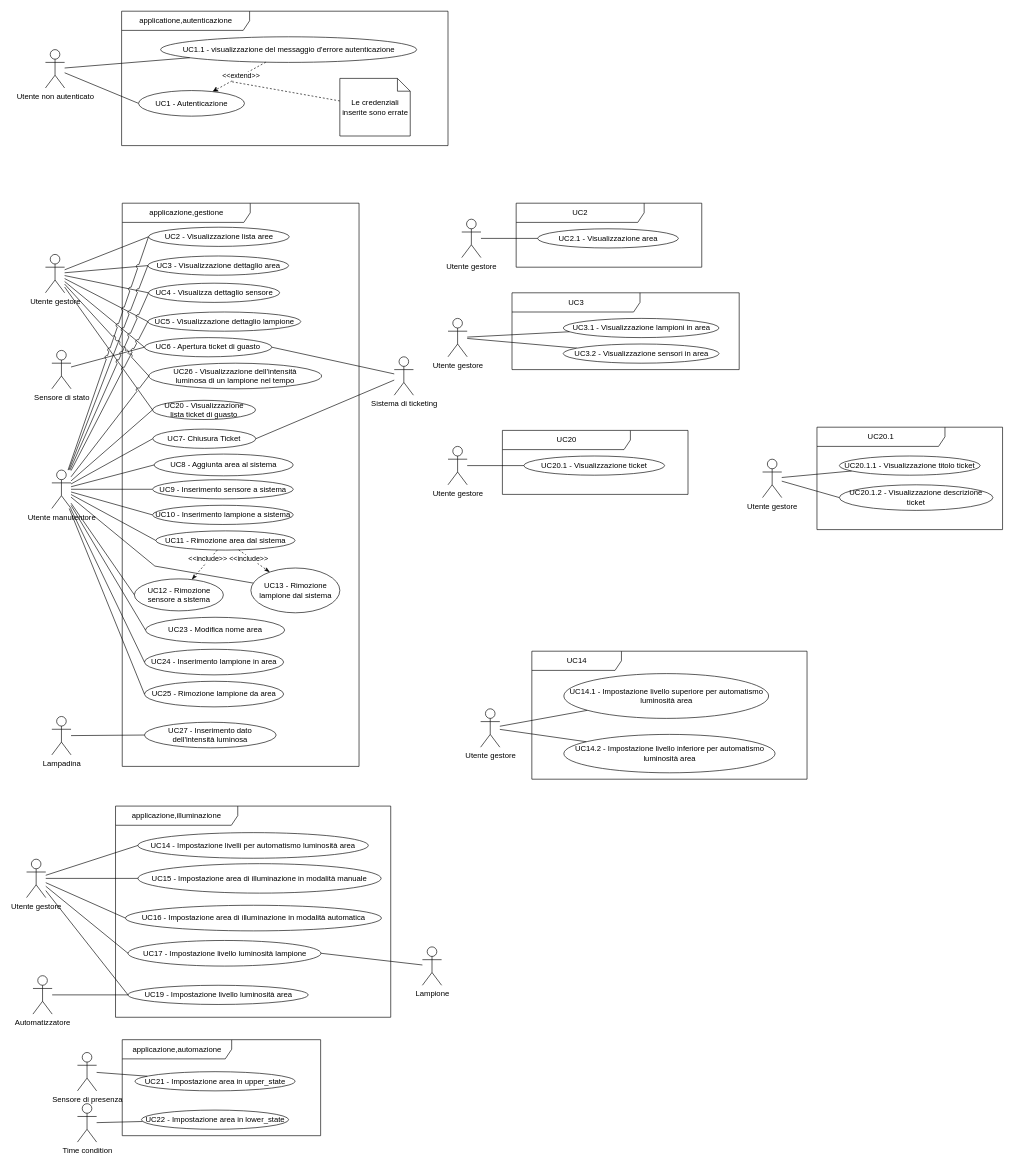
Before: page "OK" (1 of 8) of casi_uso_grafici.drawio in SWEasabi/analisi-dei-requisiti, a draw.io diagram. Source tidied: cells renumbered, new cells numbered last; positions are measured from the earlier drawing's top-left corner, leaving out a move shared by most shapes. Both pictures are drawn from the tidied source at 64%, with x=0, y=0 at pixel (26, 11).
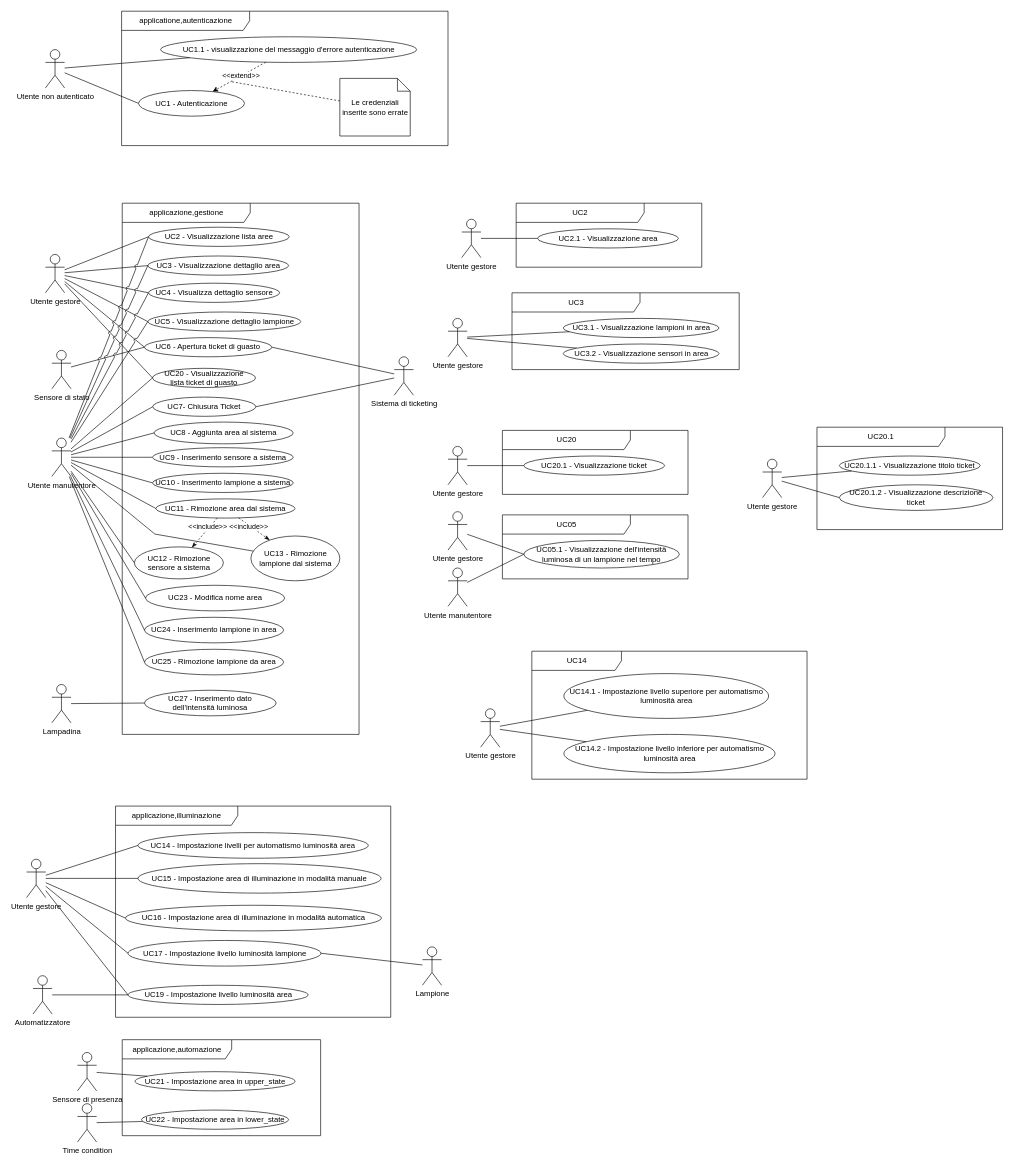
After the change.

The change refers to these unchanged cells:
```xml
<mxCell id="16" value="Utente gestore" style="shape=umlActor;verticalLabelPosition=bottom;verticalAlign=top;html=1;outlineConnect=0;gradientColor=none;" parent="1" vertex="1">
  <mxGeometry x="29.5" y="380" width="30" height="60" as="geometry" />
</mxCell>
```

Change to the diagram source:
```diff
@@
     <mxCell id="3" value="applicazione,gestione" style="shape=umlFrame;whiteSpace=wrap;html=1;width=200;height=30;" parent="1" vertex="1">
-      <mxGeometry x="149.5" y="300" width="370" height="880" as="geometry" />
+      <mxGeometry x="149.5" y="300" width="370" height="830" as="geometry" />
     </mxCell>
@@
     <mxCell id="53" value="UC10 - Inserimento lampione a sistema" style="ellipse;whiteSpace=wrap;html=1;" parent="1" vertex="1">
-      <mxGeometry x="196.8" y="772" width="220" height="30" as="geometry" />
+      <mxGeometry x="196.8" y="722" width="220" height="30" as="geometry" />
     </mxCell>
@@
     <mxCell id="56" value="Utente manutentore" style="shape=umlActor;verticalLabelPosition=bottom;verticalAlign=top;html=1;outlineConnect=0;gradientColor=none;" parent="1" vertex="1">
-      <mxGeometry x="39.5" y="717" width="30" height="60" as="geometry" />
+      <mxGeometry x="39.5" y="667" width="30" height="60" as="geometry" />
     </mxCell>
     <mxCell id="57" value="UC7- Chiusura Ticket" style="ellipse;whiteSpace=wrap;html=1;" parent="1" vertex="1">
-      <mxGeometry x="197.2" y="653" width="161" height="30" as="geometry" />
+      <mxGeometry x="197.2" y="603" width="161" height="30" as="geometry" />
     </mxCell>
     <mxCell id="58" value="UC9 - Inserimento sensore a sistema" style="ellipse;whiteSpace=wrap;html=1;" parent="1" vertex="1">
-      <mxGeometry x="196.8" y="732" width="220" height="30" as="geometry" />
+      <mxGeometry x="196.8" y="682" width="220" height="30" as="geometry" />
     </mxCell>
     <mxCell id="59" style="edgeStyle=none;rounded=0;jumpStyle=none;jumpSize=15;jettySize=auto;html=1;endArrow=none;endFill=0;" parent="1" edge="1" source="60" target="56">
       <mxGeometry relative="1" as="geometry">
         <Array as="points">
-          <mxPoint x="200.5" y="867" />
+          <mxPoint x="200.5" y="817" />
         </Array>
       </mxGeometry>
     </mxCell>
     <mxCell id="60" value="UC13 - Rimozione lampione dal sistema" style="ellipse;whiteSpace=wrap;html=1;" parent="1" vertex="1">
-      <mxGeometry x="350.5" y="870" width="139" height="70" as="geometry" />
+      <mxGeometry x="350.5" y="820" width="139" height="70" as="geometry" />
     </mxCell>
     <mxCell id="61" value="UC8 - Aggiunta area al sistema" style="ellipse;whiteSpace=wrap;html=1;" parent="1" vertex="1">
-      <mxGeometry x="199.2" y="692" width="217.5" height="34" as="geometry" />
+      <mxGeometry x="199.2" y="642" width="217.5" height="34" as="geometry" />
     </mxCell>
@@
     <mxCell id="63" value="UC11 - Rimozione area dal sistema" style="ellipse;whiteSpace=wrap;html=1;" parent="1" vertex="1">
-      <mxGeometry x="202" y="812" width="217.5" height="30" as="geometry" />
+      <mxGeometry x="202" y="762" width="217.5" height="30" as="geometry" />
     </mxCell>
@@
     <mxCell id="69" value="UC12 - Rimozione sensore a sistema" style="ellipse;whiteSpace=wrap;html=1;" parent="1" vertex="1">
-      <mxGeometry x="168.5" y="887" width="139" height="50" as="geometry" />
+      <mxGeometry x="168.5" y="837" width="139" height="50" as="geometry" />
     </mxCell>
@@
     <mxCell id="87" value="UC20 - Visualizzazione lista&amp;nbsp;ticket di guasto" style="ellipse;whiteSpace=wrap;html=1;" parent="1" vertex="1">
-      <mxGeometry x="196.8" y="608" width="161" height="30" as="geometry" />
+      <mxGeometry x="196.8" y="558" width="161" height="30" as="geometry" />
     </mxCell>
@@
     <mxCell id="90" value="UC23 - Modifica nome area" style="ellipse;whiteSpace=wrap;html=1;" parent="1" vertex="1">
-      <mxGeometry x="185.8" y="947" width="217.5" height="40" as="geometry" />
+      <mxGeometry x="185.8" y="897" width="217.5" height="40" as="geometry" />
     </mxCell>
@@
     <mxCell id="92" value="UC24 - Inserimento lampione in area" style="ellipse;whiteSpace=wrap;html=1;" parent="1" vertex="1">
-      <mxGeometry x="184.2" y="997" width="217.5" height="40" as="geometry" />
+      <mxGeometry x="184.2" y="947" width="217.5" height="40" as="geometry" />
     </mxCell>
     <mxCell id="93" value="UC25&amp;nbsp;- Rimozione lampione da area" style="ellipse;whiteSpace=wrap;html=1;" parent="1" vertex="1">
-      <mxGeometry x="184.2" y="1047" width="217.5" height="40" as="geometry" />
+      <mxGeometry x="184.2" y="997" width="217.5" height="40" as="geometry" />
     </mxCell>
@@
-    <mxCell id="110" value="UC26 - Visualizzazione dell'intensità&lt;br&gt;luminosa di un lampione nel tempo" style="ellipse;whiteSpace=wrap;html=1;" parent="1" vertex="1">
-      <mxGeometry x="191" y="550" width="270" height="40" as="geometry" />
-    </mxCell>
-    <mxCell id="111" style="edgeStyle=none;html=1;entryX=0;entryY=0.5;entryDx=0;entryDy=0;endArrow=none;endFill=0;jumpStyle=arc;" parent="1" edge="1" source="16" target="110">
-      <mxGeometry relative="1" as="geometry" />
-    </mxCell>
-    <mxCell id="112" style="edgeStyle=none;html=1;entryX=0;entryY=0.5;entryDx=0;entryDy=0;endArrow=none;endFill=0;jumpStyle=arc;" parent="1" edge="1" source="56" target="110">
-      <mxGeometry relative="1" as="geometry" />
-    </mxCell>
     <mxCell id="113" value="Lampadina" style="shape=umlActor;verticalLabelPosition=bottom;verticalAlign=top;html=1;outlineConnect=0;gradientColor=none;" parent="1" vertex="1">
-      <mxGeometry x="39.5" y="1102" width="30" height="60" as="geometry" />
+      <mxGeometry x="39.5" y="1052" width="30" height="60" as="geometry" />
     </mxCell>
     <mxCell id="114" value="UC27 - Inserimento dato &lt;br&gt;dell'intensità luminosa" style="ellipse;whiteSpace=wrap;html=1;" parent="1" vertex="1">
-      <mxGeometry x="184.2" y="1111" width="205.8" height="40" as="geometry" />
+      <mxGeometry x="184.2" y="1061" width="205.8" height="40" as="geometry" />
     </mxCell>
@@
+    <mxCell id="116" value="UC05" style="shape=umlFrame;whiteSpace=wrap;html=1;width=200;height=30;" parent="1" vertex="1">
+      <mxGeometry x="743.5" y="787" width="290" height="100" as="geometry" />
+    </mxCell>
+    <mxCell id="117" value="Utente gestore" style="shape=umlActor;verticalLabelPosition=bottom;verticalAlign=top;html=1;outlineConnect=0;gradientColor=none;" parent="1" vertex="1">
+      <mxGeometry x="658.5" y="782" width="30" height="60" as="geometry" />
+    </mxCell>
+    <mxCell id="118" value="UC05.1 -&amp;nbsp;&lt;span style=&quot;background-color: initial;&quot;&gt;Visualizzazione dell'intensità&lt;/span&gt;&lt;div&gt;luminosa di un lampione nel tempo&lt;/div&gt;" style="ellipse;whiteSpace=wrap;html=1;" parent="1" vertex="1">
+      <mxGeometry x="777" y="827" width="243" height="43" as="geometry" />
+    </mxCell>
+    <mxCell id="119" style="edgeStyle=none;rounded=0;jumpStyle=none;jumpSize=15;jettySize=auto;html=1;endArrow=none;endFill=0;entryX=0;entryY=0.5;entryDx=0;entryDy=0;" parent="1" edge="1" source="117" target="118">
+      <mxGeometry relative="1" as="geometry" />
+    </mxCell>
+    <mxCell id="120" value="Utente manutentore" style="shape=umlActor;verticalLabelPosition=bottom;verticalAlign=top;html=1;outlineConnect=0;gradientColor=none;" parent="1" vertex="1">
+      <mxGeometry x="658.5" y="870" width="30" height="60" as="geometry" />
+    </mxCell>
+    <mxCell id="121" style="edgeStyle=none;rounded=0;jumpStyle=none;jumpSize=15;jettySize=auto;html=1;endArrow=none;endFill=0;entryX=0;entryY=0.5;entryDx=0;entryDy=0;" parent="1" edge="1" source="120" target="118">
+      <mxGeometry relative="1" as="geometry" />
+    </mxCell>
```
